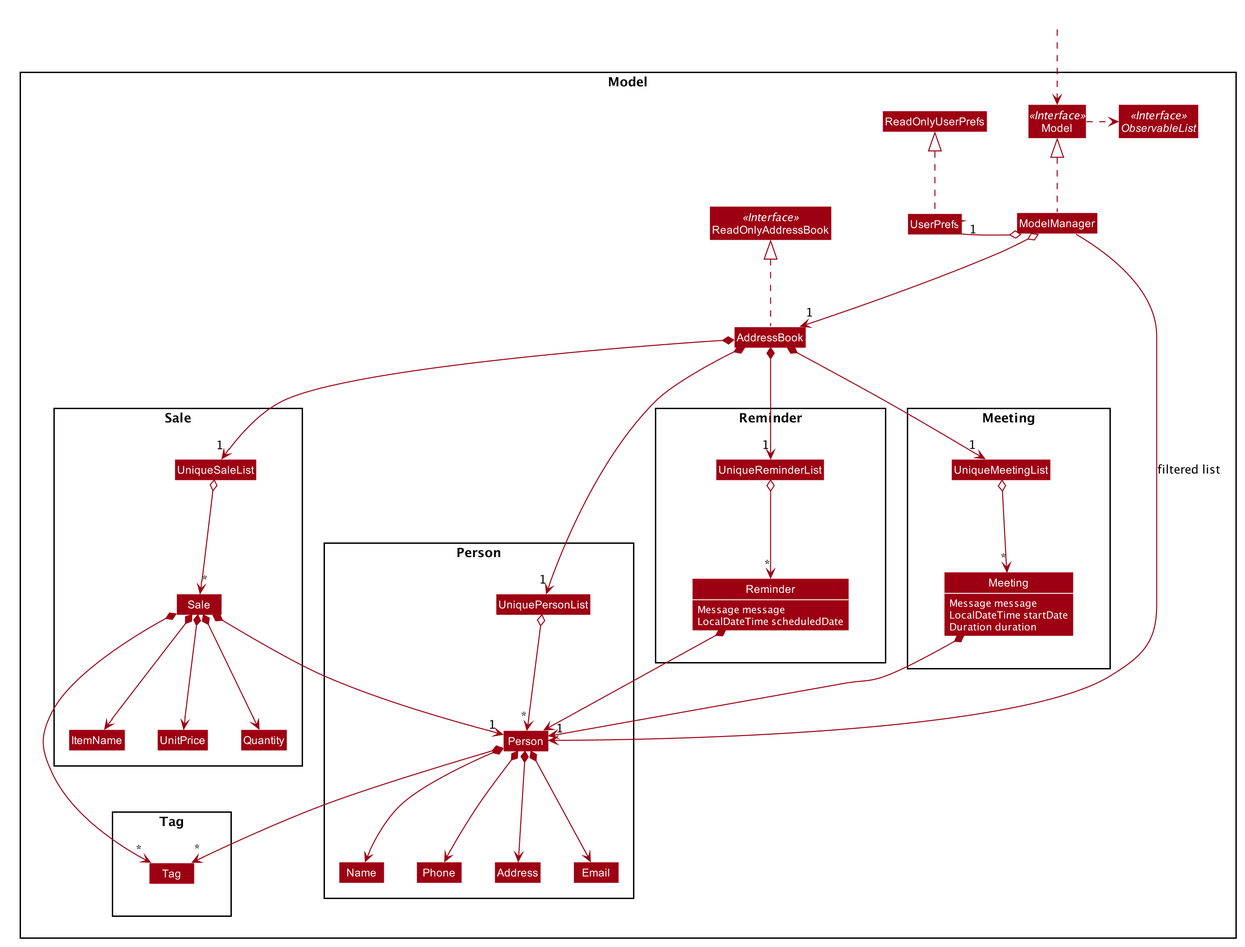
Earlier version of the PlantUML export docs/images/ModelClassDiagram.png (sebastiantoh/tp).
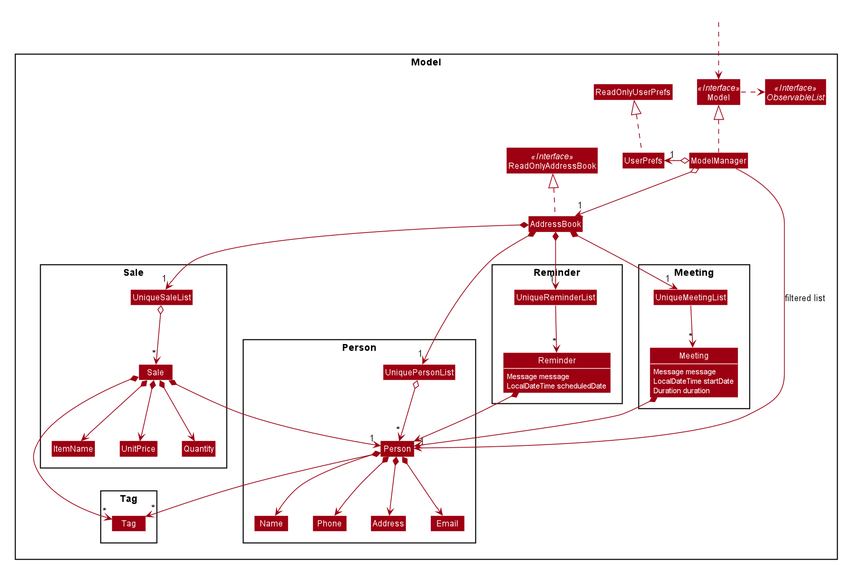
The same diagram one commit later.

Commit message:
Remove aggregation in Meeting and Reminder related diagrams

Change to the diagram source:
```diff
@@ -117,14 +117,14 @@
 Person *--> "*" Tag
 
 AddressBook *--> "1" UniqueMeetingList
-UniqueMeetingList o--> "*" Meeting
+UniqueMeetingList --> "*" Meeting
 Meeting *--> Person
 Meeting : Message message
 Meeting : LocalDateTime startDate
 Meeting : Duration duration
 
 AddressBook *--> "1" UniqueReminderList
-UniqueReminderList o--> "*" Reminder
+UniqueReminderList --> "*" Reminder
 Reminder *--> Person
 Reminder : Message message
 Reminder : LocalDateTime scheduledDate
```
